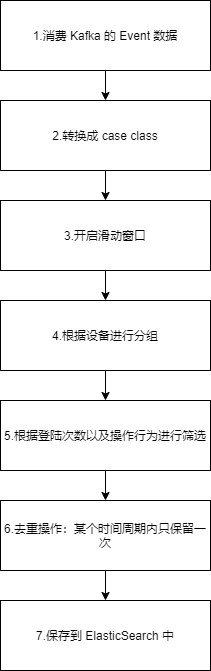
The draw.io diagram 预警需求处理流程.png in dyzcs/mall-2020, before a commit. Source tidied: cells renumbered, new cells last; positions are measured from the earlier drawing's top-left corner, leaving out a move shared by most shapes.
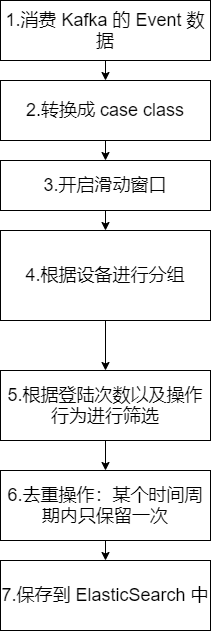
Above is the later version.

Commit message:
更新预警需求处理流程.png

Change to the diagram source:
```diff
@@ -2,44 +2,44 @@
   <root>
     <mxCell id="0" />
     <mxCell id="1" parent="0" />
-    <mxCell id="2" style="edgeStyle=none;rounded=0;jettySize=auto;html=1;entryX=0.5;entryY=0;entryDx=0;entryDy=0;" parent="1" edge="1" source="3" target="5">
+    <mxCell id="2" style="edgeStyle=none;rounded=0;jettySize=auto;html=1;entryX=0.5;entryY=0;entryDx=0;entryDy=0;fontSize=18;" parent="1" edge="1" source="3" target="5">
       <mxGeometry relative="1" as="geometry" />
     </mxCell>
-    <mxCell id="3" value="1.消费 Kafka 的 Event 数据" style="rounded=0;whiteSpace=wrap;html=1;" parent="1" vertex="1">
-      <mxGeometry width="210" height="70" as="geometry" />
+    <mxCell id="3" value="1.消费 Kafka 的 Event 数据" style="rounded=0;whiteSpace=wrap;html=1;fontSize=18;" parent="1" vertex="1">
+      <mxGeometry x="30" y="60" width="210" height="60" as="geometry" />
     </mxCell>
-    <mxCell id="4" style="edgeStyle=none;rounded=0;jettySize=auto;html=1;exitX=0.5;exitY=1;exitDx=0;exitDy=0;entryX=0.5;entryY=0;entryDx=0;entryDy=0;" parent="1" edge="1" source="5" target="7">
+    <mxCell id="4" style="edgeStyle=none;rounded=0;jettySize=auto;html=1;exitX=0.5;exitY=1;exitDx=0;exitDy=0;entryX=0.5;entryY=0;entryDx=0;entryDy=0;fontSize=18;" parent="1" edge="1" source="5" target="7">
       <mxGeometry relative="1" as="geometry" />
     </mxCell>
-    <mxCell id="5" value="2.转换成 case class" style="rounded=0;whiteSpace=wrap;html=1;" parent="1" vertex="1">
-      <mxGeometry y="100" width="210" height="70" as="geometry" />
+    <mxCell id="5" value="2.转换成 case class" style="rounded=0;whiteSpace=wrap;html=1;fontSize=18;" parent="1" vertex="1">
+      <mxGeometry x="30" y="140" width="210" height="60" as="geometry" />
     </mxCell>
-    <mxCell id="6" style="edgeStyle=none;rounded=0;jettySize=auto;html=1;exitX=0.5;exitY=1;exitDx=0;exitDy=0;" parent="1" edge="1" source="7" target="9">
+    <mxCell id="6" style="edgeStyle=none;rounded=0;jettySize=auto;html=1;exitX=0.5;exitY=1;exitDx=0;exitDy=0;fontSize=18;" parent="1" edge="1" source="7" target="9">
       <mxGeometry relative="1" as="geometry" />
     </mxCell>
-    <mxCell id="7" value="3.开启滑动窗口" style="rounded=0;whiteSpace=wrap;html=1;" parent="1" vertex="1">
-      <mxGeometry y="200" width="210" height="70" as="geometry" />
+    <mxCell id="7" value="3.开启滑动窗口" style="rounded=0;whiteSpace=wrap;html=1;fontSize=18;" parent="1" vertex="1">
+      <mxGeometry x="30" y="220" width="210" height="50" as="geometry" />
     </mxCell>
-    <mxCell id="8" style="edgeStyle=none;rounded=0;jettySize=auto;html=1;" parent="1" edge="1" source="9" target="11">
+    <mxCell id="8" style="edgeStyle=none;rounded=0;jettySize=auto;html=1;fontSize=18;" parent="1" edge="1" source="9" target="11">
       <mxGeometry relative="1" as="geometry" />
     </mxCell>
-    <mxCell id="9" value="4.根据设备进行分组" style="rounded=0;whiteSpace=wrap;html=1;" parent="1" vertex="1">
-      <mxGeometry y="300" width="210" height="70" as="geometry" />
+    <mxCell id="9" value="4.根据设备进行分组" style="rounded=0;whiteSpace=wrap;html=1;fontSize=18;" parent="1" vertex="1">
+      <mxGeometry x="30" y="290" width="210" height="90" as="geometry" />
     </mxCell>
-    <mxCell id="10" style="edgeStyle=none;rounded=0;jettySize=auto;html=1;" parent="1" edge="1" source="11" target="13">
+    <mxCell id="10" style="edgeStyle=none;rounded=0;jettySize=auto;html=1;fontSize=18;" parent="1" edge="1" source="11" target="13">
       <mxGeometry relative="1" as="geometry" />
     </mxCell>
-    <mxCell id="11" value="5.根据登陆次数以及操作行为进行筛选" style="rounded=0;whiteSpace=wrap;html=1;" parent="1" vertex="1">
-      <mxGeometry y="400" width="210" height="70" as="geometry" />
+    <mxCell id="11" value="5.根据登陆次数以及操作行为进行筛选" style="rounded=0;whiteSpace=wrap;html=1;fontSize=18;" parent="1" vertex="1">
+      <mxGeometry x="30" y="430" width="210" height="70" as="geometry" />
     </mxCell>
-    <mxCell id="12" style="edgeStyle=none;rounded=0;jettySize=auto;html=1;" parent="1" edge="1" source="13" target="14">
+    <mxCell id="12" style="edgeStyle=none;rounded=0;jettySize=auto;html=1;fontSize=18;" parent="1" edge="1" source="13" target="14">
       <mxGeometry relative="1" as="geometry" />
     </mxCell>
-    <mxCell id="13" value="6.去重操作：某个时间周期内只保留一次" style="rounded=0;whiteSpace=wrap;html=1;" parent="1" vertex="1">
-      <mxGeometry y="500" width="210" height="70" as="geometry" />
+    <mxCell id="13" value="6.去重操作：某个时间周期内只保留一次" style="rounded=0;whiteSpace=wrap;html=1;fontSize=18;" parent="1" vertex="1">
+      <mxGeometry x="30" y="530" width="210" height="70" as="geometry" />
     </mxCell>
-    <mxCell id="14" value="7.保存到 ElasticSearch 中" style="rounded=0;whiteSpace=wrap;html=1;" parent="1" vertex="1">
-      <mxGeometry y="600" width="210" height="70" as="geometry" />
+    <mxCell id="14" value="7.保存到 ElasticSearch 中" style="rounded=0;whiteSpace=wrap;html=1;fontSize=18;" parent="1" vertex="1">
+      <mxGeometry x="30" y="620" width="210" height="70" as="geometry" />
     </mxCell>
   </root>
 </mxGraphModel>
```
